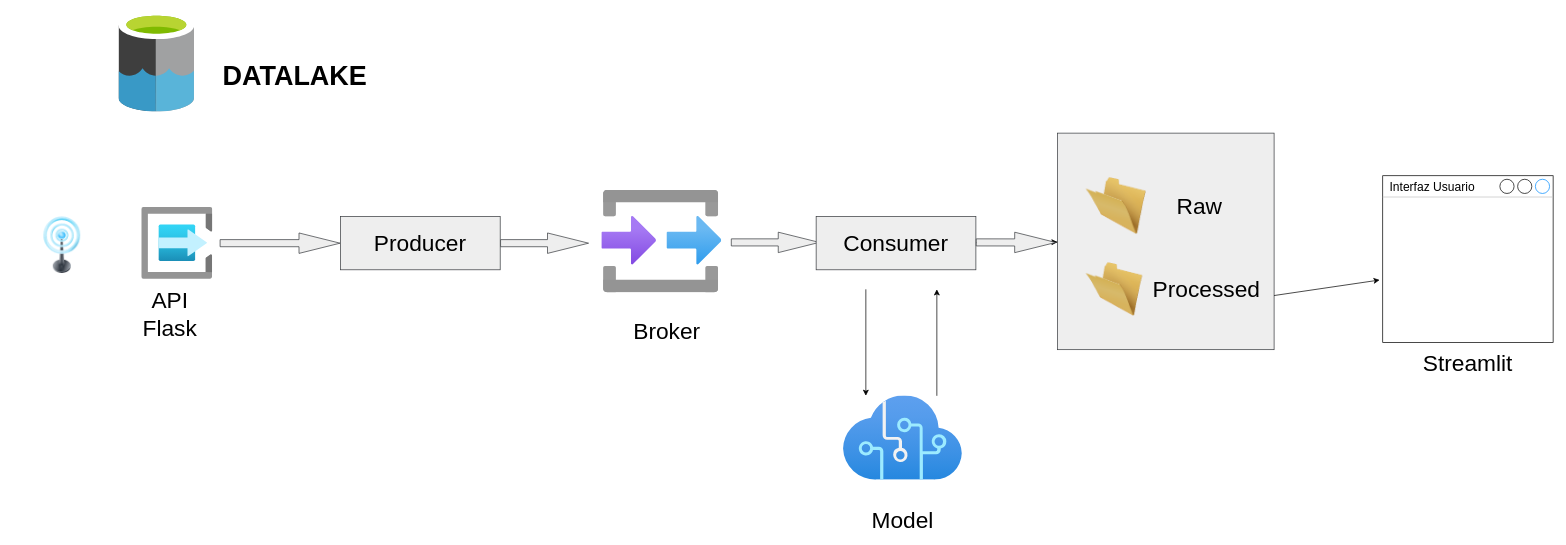
This is src/pipeline.drawio from adriani94bil/Mantenimiento_Predictivo_PBL_grupo02, a draw.io file, before an edit. Source tidied: cells renumbered, new cells numbered last; positions are measured from the earlier drawing's top-left corner, leaving out a move shared by most shapes. Both pictures are drawn from the tidied source at 71%, with x=0, y=0 at pixel (33, 12).
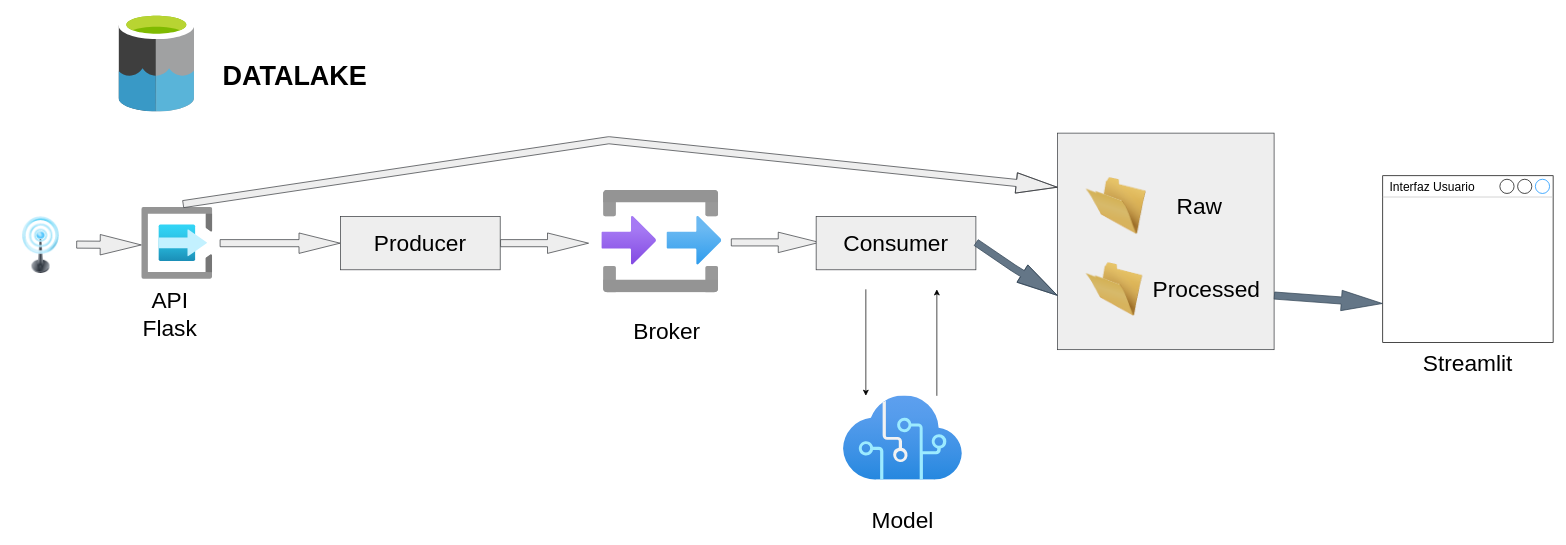
The same diagram, later.

The change refers to these unchanged cells:
```xml
<mxCell id="2" value="Interfaz Usuario&lt;br&gt;" style="strokeWidth=1;shadow=0;dashed=0;align=center;html=1;shape=mxgraph.mockup.containers.window;align=left;verticalAlign=top;spacingLeft=8;strokeColor2=#008cff;strokeColor3=#c4c4c4;mainText=;fontSize=17;labelBackgroundColor=none;" parent="1" vertex="1">
  <mxGeometry x="1900" y="230" width="240" height="235" as="geometry" />
</mxCell>
<mxCell id="3" style="html=1;points=[];align=center;image;fontSize=32;image=img/lib/azure2/iot/Time_Series_Insights_Event_Sources.svg;fontFamily=Helvetica;fontColor=default;strokeColor=default;fillColor=default;" parent="1" vertex="1">
  <mxGeometry x="152" y="265" width="100" height="120" as="geometry" />
</mxCell>
<mxCell id="10" value="Consumer" style="rounded=0;whiteSpace=wrap;html=1;fontSize=32;fillColor=#eeeeee;strokeColor=#36393d;fontColor=#000000;" parent="1" vertex="1">
  <mxGeometry x="1102" y="287.5" width="225" height="75" as="geometry" />
</mxCell>
<mxCell id="12" style="whiteSpace=wrap;html=1;fontSize=32;fillColor=#eeeeee;strokeColor=#36393d;" parent="1" vertex="1">
  <mxGeometry x="1442" y="170" width="305" height="305" as="geometry" />
</mxCell>
```

What changed in the source:
```diff
@@
-    <mxCell id="9" style="edgeStyle=none;html=1;fontColor=#000000;" parent="1" edge="1" source="10" target="12">
-      <mxGeometry relative="1" as="geometry" />
-    </mxCell>
@@
-    <mxCell id="11" style="edgeStyle=none;html=1;fontColor=#000000;" parent="1" edge="1" source="12" target="10">
-      <mxGeometry relative="1" as="geometry" />
-    </mxCell>
@@
-    <mxCell id="13" style="shape=flexArrow;endArrow=classic;html=1;fontSize=32;exitX=1;exitY=0.5;exitDx=0;exitDy=0;endWidth=17.77777777777778;endSize=18.955555555555552;fillColor=#eeeeee;strokeColor=#36393d;" parent="1" edge="1">
+    <mxCell id="13" style="shape=flexArrow;endArrow=classic;html=1;fontSize=32;exitX=1;exitY=0.5;exitDx=0;exitDy=0;endWidth=17.77777777777778;endSize=18.955555555555552;entryX=0;entryY=0.75;entryDx=0;entryDy=0;fillColor=#647687;strokeColor=#314354;" parent="1" edge="1" target="12">
       <mxGeometry relative="1" as="geometry">
         <mxPoint x="1327" y="323.9" as="sourcePoint" />
-        <mxPoint x="1440" y="324" as="targetPoint" />
+        <Array as="points">
+          <mxPoint x="1380" y="360" />
+        </Array>
       </mxGeometry>
     </mxCell>
@@
     <mxCell id="18" style="image;html=1;image=img/lib/clip_art/telecommunication/Signal_tower_on_128x128.png;fontSize=32;" parent="1" vertex="1">
-      <mxGeometry y="287.5" width="80" height="80" as="geometry" />
+      <mxGeometry x="-30" y="287.5" width="80" height="80" as="geometry" />
     </mxCell>
@@
-    <mxCell id="26" style="endArrow=classic;html=1;fontColor=#000000;exitX=1;exitY=0.75;exitDx=0;exitDy=0;entryX=-0.018;entryY=0.625;entryDx=0;entryDy=0;entryPerimeter=0;" parent="1" edge="1" source="12" target="2">
-      <mxGeometry relative="1" as="geometry" />
-    </mxCell>
@@
+    <mxCell id="29" style="shape=flexArrow;endArrow=classic;html=1;fontSize=32;endWidth=17.77777777777778;endSize=18.955555555555552;fillColor=#eeeeee;strokeColor=#36393d;" parent="1" edge="1">
+      <mxGeometry relative="1" as="geometry">
+        <mxPoint x="60" y="327" as="sourcePoint" />
+        <mxPoint x="152" y="327.5" as="targetPoint" />
+      </mxGeometry>
+    </mxCell>
+    <mxCell id="30" style="shape=flexArrow;endArrow=classic;html=1;fontSize=32;endWidth=17.77777777777778;endSize=18.955555555555552;fillColor=#eeeeee;strokeColor=#36393d;exitX=0.58;exitY=0.042;exitDx=0;exitDy=0;exitPerimeter=0;entryX=0;entryY=0.25;entryDx=0;entryDy=0;" parent="1" edge="1" source="3" target="12">
+      <mxGeometry relative="1" as="geometry">
+        <Array as="points">
+          <mxPoint x="810" y="180" />
+        </Array>
+      </mxGeometry>
+    </mxCell>
+    <mxCell id="26" style="shape=flexArrow;endArrow=classic;html=1;fontSize=32;exitX=1;exitY=0.75;exitDx=0;exitDy=0;endWidth=17.77777777777778;endSize=18.955555555555552;entryX=0;entryY=0.766;entryDx=0;entryDy=0;fillColor=#647687;strokeColor=#314354;entryPerimeter=0;" parent="1" edge="1" source="12" target="2">
+      <mxGeometry relative="1" as="geometry" />
+    </mxCell>
```
